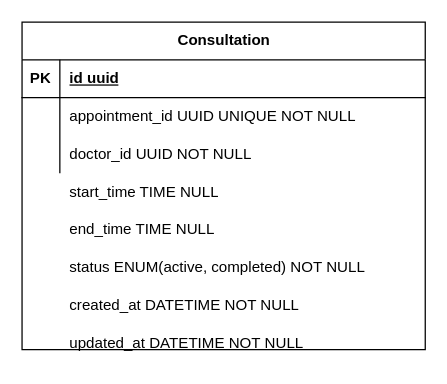
The draw.io diagram .diagrams/ConsultationERdiagram.drawio in coxMita/OPD-Vertex-Group7, before the edit. Source tidied: cells renumbered, new cells numbered last; positions are measured from the earlier drawing's top-left corner, leaving out a move shared by most shapes. Both pictures are drawn from the tidied source at 126%, with x=0, y=0 at pixel (21, 21).
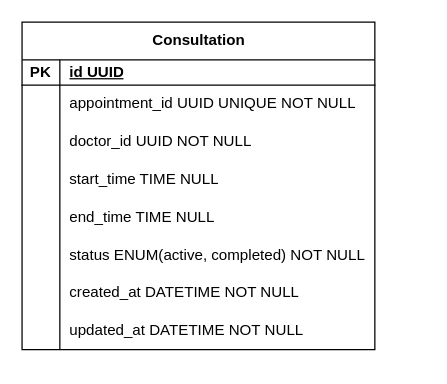
Above is the later version.

Commit message:
new consultation diagram

Diff of the diagram source:
```diff
@@
     <mxCell id="2" value="Consultation" style="shape=table;startSize=30;childLayout=tableLayout;rowLines=0;fontStyle=1;align=center;html=1;" parent="1" vertex="1">
-      <mxGeometry width="320" height="260" as="geometry" />
+      <mxGeometry width="280" height="260" as="geometry" />
     </mxCell>
-    <mxCell id="3" style="shape=tableRow;horizontal=0;startSize=0;swimlaneHead=0;swimlaneBody=0;fillColor=none;top=0;left=0;right=0;bottom=1;" parent="2" vertex="1">
-      <mxGeometry y="30" width="320" height="30" as="geometry" />
-    </mxCell>
+    <mxCell id="20" style="shape=tableRow;horizontal=0;startSize=0;swimlaneHead=0;swimlaneBody=0;fillColor=none;top=0;left=0;right=0;bottom=1;" parent="2" vertex="1">
+      <mxGeometry y="30" width="280" height="20" as="geometry" />
+    </mxCell>
-    <mxCell id="4" value="PK" style="shape=partialRectangle;fillColor=none;top=0;left=0;bottom=0;right=0;fontStyle=1;overflow=hidden;whiteSpace=wrap;html=1;" parent="3" vertex="1">
-      <mxGeometry width="30" height="30" as="geometry" />
+    <mxCell id="4" value="PK" style="shape=partialRectangle;fillColor=none;top=0;left=0;bottom=0;right=0;fontStyle=1;overflow=hidden;whiteSpace=wrap;html=1;" parent="20" vertex="1">
+      <mxGeometry width="30" height="20" as="geometry" />
     </mxCell>
-    <mxCell id="5" value="id   uuid" style="shape=partialRectangle;fillColor=none;top=0;left=0;bottom=0;right=0;align=left;spacingLeft=6;fontStyle=5;overflow=hidden;whiteSpace=wrap;html=1;" parent="3" vertex="1">
-      <mxGeometry x="30" width="290" height="30" as="geometry" />
-    </mxCell>
-    <mxCell id="6" style="shape=tableRow;horizontal=0;startSize=0;swimlaneHead=0;swimlaneBody=0;fillColor=none;top=0;left=0;right=0;bottom=0;" parent="2" vertex="1">
-      <mxGeometry y="60" width="320" height="30" as="geometry" />
-    </mxCell>
-    <mxCell id="7" style="shape=partialRectangle;fillColor=none;top=0;left=0;bottom=0;right=0;overflow=hidden;whiteSpace=wrap;html=1;" parent="6" vertex="1">
-      <mxGeometry width="30" height="30" as="geometry" />
-    </mxCell>
+    <mxCell id="21" value="id UUID" style="shape=partialRectangle;fillColor=none;top=0;left=0;bottom=0;right=0;align=left;spacingLeft=6;fontStyle=5;overflow=hidden;whiteSpace=wrap;html=1;" parent="20" vertex="1">
+      <mxGeometry x="30" width="250" height="20" as="geometry" />
+    </mxCell>
+    <mxCell id="22" style="shape=tableRow;horizontal=0;startSize=0;swimlaneHead=0;swimlaneBody=0;fillColor=none;top=0;left=0;right=0;bottom=0;" parent="2" vertex="1">
+      <mxGeometry y="50" width="280" height="30" as="geometry" />
+    </mxCell>
+    <mxCell id="23" style="shape=partialRectangle;fillColor=none;top=0;left=0;bottom=0;right=0;overflow=hidden;whiteSpace=wrap;html=1;" parent="22" vertex="1">
+      <mxGeometry width="30" height="30" as="geometry" />
+    </mxCell>
-    <mxCell id="8" value="appointment_id UUID UNIQUE NOT NULL" style="shape=partialRectangle;fillColor=none;top=0;left=0;bottom=0;right=0;align=left;spacingLeft=6;overflow=hidden;whiteSpace=wrap;html=1;" parent="6" vertex="1">
-      <mxGeometry x="30" width="290" height="30" as="geometry" />
+    <mxCell id="8" value="appointment_id UUID UNIQUE NOT NULL" style="shape=partialRectangle;fillColor=none;top=0;left=0;bottom=0;right=0;align=left;spacingLeft=6;overflow=hidden;whiteSpace=wrap;html=1;" parent="22" vertex="1">
+      <mxGeometry x="30" width="250" height="30" as="geometry" />
     </mxCell>
-    <mxCell id="9" style="shape=tableRow;horizontal=0;startSize=0;swimlaneHead=0;swimlaneBody=0;fillColor=none;top=0;left=0;right=0;bottom=0;" parent="2" vertex="1">
-      <mxGeometry y="90" width="320" height="30" as="geometry" />
-    </mxCell>
-    <mxCell id="10" style="shape=partialRectangle;fillColor=none;top=0;left=0;bottom=0;right=0;overflow=hidden;whiteSpace=wrap;html=1;" parent="9" vertex="1">
-      <mxGeometry width="30" height="30" as="geometry" />
-    </mxCell>
+    <mxCell id="24" style="shape=tableRow;horizontal=0;startSize=0;swimlaneHead=0;swimlaneBody=0;fillColor=none;top=0;left=0;right=0;bottom=0;" parent="2" vertex="1">
+      <mxGeometry y="80" width="280" height="30" as="geometry" />
+    </mxCell>
+    <mxCell id="25" style="shape=partialRectangle;fillColor=none;top=0;left=0;bottom=0;right=0;overflow=hidden;whiteSpace=wrap;html=1;" parent="24" vertex="1">
+      <mxGeometry width="30" height="30" as="geometry" />
+    </mxCell>
-    <mxCell id="11" value="doctor_id UUID NOT NULL" style="shape=partialRectangle;fillColor=none;top=0;left=0;bottom=0;right=0;align=left;spacingLeft=6;overflow=hidden;whiteSpace=wrap;html=1;" parent="9" vertex="1">
-      <mxGeometry x="30" width="290" height="30" as="geometry" />
+    <mxCell id="11" value="doctor_id UUID NOT NULL" style="shape=partialRectangle;fillColor=none;top=0;left=0;bottom=0;right=0;align=left;spacingLeft=6;overflow=hidden;whiteSpace=wrap;html=1;" parent="24" vertex="1">
+      <mxGeometry x="30" width="250" height="30" as="geometry" />
     </mxCell>
-    <mxCell id="12" style="shape=tableRow;horizontal=0;startSize=0;swimlaneHead=0;swimlaneBody=0;fillColor=none;top=0;left=0;right=0;bottom=0;" parent="2" vertex="1">
-      <mxGeometry y="120" width="320" height="30" as="geometry" />
-    </mxCell>
+    <mxCell id="26" style="shape=tableRow;horizontal=0;startSize=0;swimlaneHead=0;swimlaneBody=0;fillColor=none;top=0;left=0;right=0;bottom=0;" parent="2" vertex="1">
+      <mxGeometry y="110" width="280" height="30" as="geometry" />
+    </mxCell>
+    <mxCell id="27" style="shape=partialRectangle;fillColor=none;top=0;left=0;bottom=0;right=0;overflow=hidden;whiteSpace=wrap;html=1;" parent="26" vertex="1">
+      <mxGeometry width="30" height="30" as="geometry" />
+    </mxCell>
-    <mxCell id="13" value="start_time TIME NULL" style="shape=partialRectangle;fillColor=none;top=0;left=0;bottom=0;right=0;align=left;spacingLeft=6;overflow=hidden;whiteSpace=wrap;html=1;" parent="12" vertex="1">
-      <mxGeometry x="30" width="290" height="30" as="geometry" />
+    <mxCell id="13" value="start_time TIME NULL" style="shape=partialRectangle;fillColor=none;top=0;left=0;bottom=0;right=0;align=left;spacingLeft=6;overflow=hidden;whiteSpace=wrap;html=1;" parent="26" vertex="1">
+      <mxGeometry x="30" width="250" height="30" as="geometry" />
     </mxCell>
-    <mxCell id="14" style="shape=tableRow;horizontal=0;startSize=0;swimlaneHead=0;swimlaneBody=0;fillColor=none;top=0;left=0;right=0;bottom=0;" parent="2" vertex="1">
-      <mxGeometry y="150" width="320" height="30" as="geometry" />
-    </mxCell>
+    <mxCell id="28" style="shape=tableRow;horizontal=0;startSize=0;swimlaneHead=0;swimlaneBody=0;fillColor=none;top=0;left=0;right=0;bottom=0;" parent="2" vertex="1">
+      <mxGeometry y="140" width="280" height="30" as="geometry" />
+    </mxCell>
+    <mxCell id="29" style="shape=partialRectangle;fillColor=none;top=0;left=0;bottom=0;right=0;overflow=hidden;whiteSpace=wrap;html=1;" parent="28" vertex="1">
+      <mxGeometry width="30" height="30" as="geometry" />
+    </mxCell>
-    <mxCell id="15" value="end_time TIME NULL" style="shape=partialRectangle;fillColor=none;top=0;left=0;bottom=0;right=0;align=left;spacingLeft=6;overflow=hidden;whiteSpace=wrap;html=1;" parent="14" vertex="1">
-      <mxGeometry x="30" width="290" height="30" as="geometry" />
+    <mxCell id="15" value="end_time TIME NULL" style="shape=partialRectangle;fillColor=none;top=0;left=0;bottom=0;right=0;align=left;spacingLeft=6;overflow=hidden;whiteSpace=wrap;html=1;" parent="28" vertex="1">
+      <mxGeometry x="30" width="250" height="30" as="geometry" />
     </mxCell>
-    <mxCell id="16" style="shape=tableRow;horizontal=0;startSize=0;swimlaneHead=0;swimlaneBody=0;fillColor=none;top=0;left=0;right=0;bottom=0;" parent="2" vertex="1">
-      <mxGeometry y="180" width="320" height="30" as="geometry" />
-    </mxCell>
+    <mxCell id="30" style="shape=tableRow;horizontal=0;startSize=0;swimlaneHead=0;swimlaneBody=0;fillColor=none;top=0;left=0;right=0;bottom=0;" parent="2" vertex="1">
+      <mxGeometry y="170" width="280" height="30" as="geometry" />
+    </mxCell>
+    <mxCell id="31" style="shape=partialRectangle;fillColor=none;top=0;left=0;bottom=0;right=0;overflow=hidden;whiteSpace=wrap;html=1;" parent="30" vertex="1">
+      <mxGeometry width="30" height="30" as="geometry" />
+    </mxCell>
-    <mxCell id="17" value="status ENUM(active, completed) NOT NULL" style="shape=partialRectangle;fillColor=none;top=0;left=0;bottom=0;right=0;align=left;spacingLeft=6;overflow=hidden;whiteSpace=wrap;html=1;" parent="16" vertex="1">
-      <mxGeometry x="30" width="290" height="30" as="geometry" />
+    <mxCell id="17" value="status ENUM(active, completed) NOT NULL" style="shape=partialRectangle;fillColor=none;top=0;left=0;bottom=0;right=0;align=left;spacingLeft=6;overflow=hidden;whiteSpace=wrap;html=1;" parent="30" vertex="1">
+      <mxGeometry x="30" width="250" height="30" as="geometry" />
     </mxCell>
+    <mxCell id="32" style="shape=tableRow;horizontal=0;startSize=0;swimlaneHead=0;swimlaneBody=0;fillColor=none;top=0;left=0;right=0;bottom=0;" parent="2" vertex="1">
+      <mxGeometry y="200" width="280" height="30" as="geometry" />
+    </mxCell>
+    <mxCell id="33" style="shape=partialRectangle;fillColor=none;top=0;left=0;bottom=0;right=0;overflow=hidden;whiteSpace=wrap;html=1;" parent="32" vertex="1">
+      <mxGeometry width="30" height="30" as="geometry" />
+    </mxCell>
-    <mxCell id="18" value="created_at DATETIME NOT NULL" style="shape=partialRectangle;fillColor=none;top=0;left=0;bottom=0;right=0;align=left;spacingLeft=6;overflow=hidden;whiteSpace=wrap;html=1;" parent="2" vertex="1">
-      <mxGeometry x="30" y="210" width="290" height="30" as="geometry" />
+    <mxCell id="18" value="created_at DATETIME NOT NULL" style="shape=partialRectangle;fillColor=none;top=0;left=0;bottom=0;right=0;align=left;spacingLeft=6;overflow=hidden;whiteSpace=wrap;html=1;" parent="32" vertex="1">
+      <mxGeometry x="30" width="250" height="30" as="geometry" />
     </mxCell>
+    <mxCell id="34" style="shape=tableRow;horizontal=0;startSize=0;swimlaneHead=0;swimlaneBody=0;fillColor=none;top=0;left=0;right=0;bottom=0;" parent="2" vertex="1">
+      <mxGeometry y="230" width="280" height="30" as="geometry" />
+    </mxCell>
+    <mxCell id="35" style="shape=partialRectangle;fillColor=none;top=0;left=0;bottom=0;right=0;overflow=hidden;whiteSpace=wrap;html=1;" parent="34" vertex="1">
+      <mxGeometry width="30" height="30" as="geometry" />
+    </mxCell>
-    <mxCell id="19" value="updated_at DATETIME NOT NULL" style="shape=partialRectangle;fillColor=none;top=0;left=0;bottom=0;right=0;align=left;spacingLeft=6;overflow=hidden;whiteSpace=wrap;html=1;" parent="2" vertex="1">
-      <mxGeometry x="30" y="240" width="290" height="30" as="geometry" />
+    <mxCell id="19" value="updated_at DATETIME NOT NULL" style="shape=partialRectangle;fillColor=none;top=0;left=0;bottom=0;right=0;align=left;spacingLeft=6;overflow=hidden;whiteSpace=wrap;html=1;" parent="34" vertex="1">
+      <mxGeometry x="30" width="250" height="30" as="geometry" />
     </mxCell>
```
